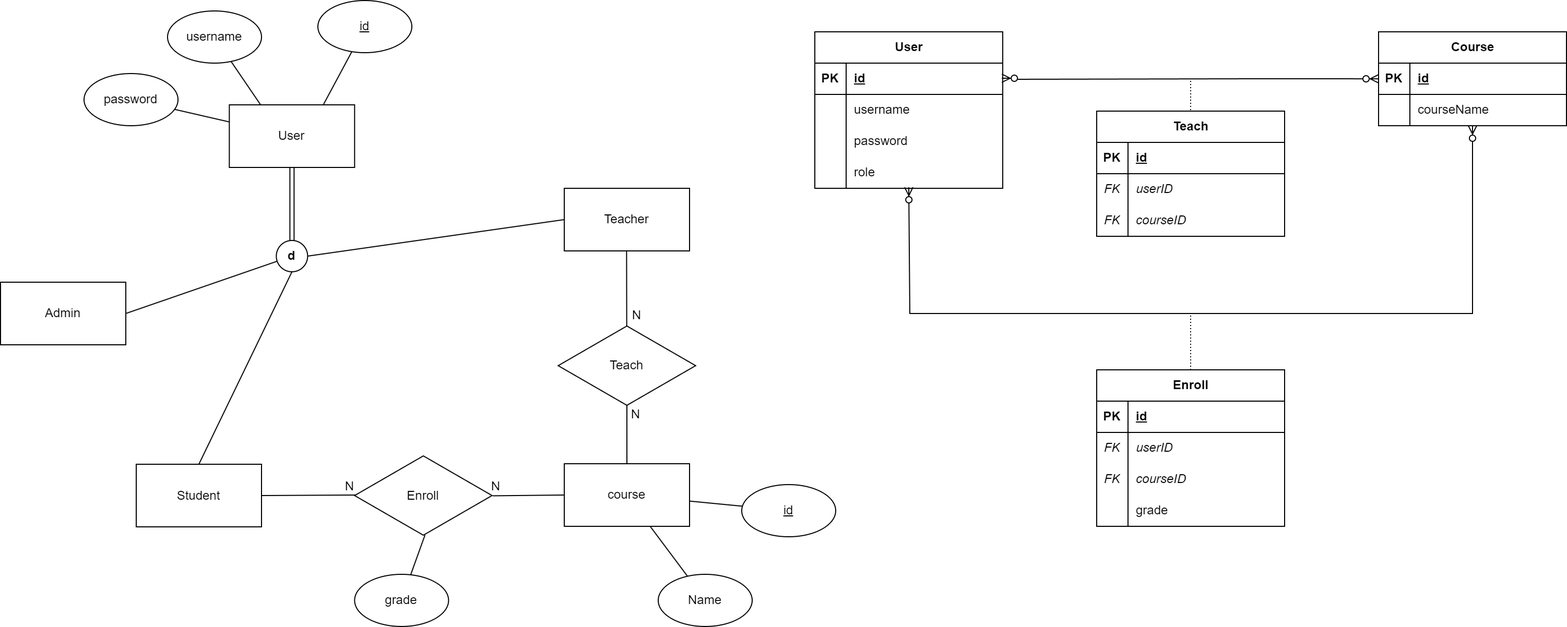
Above: images/ERdiagram.png in NonRoute/University-User-Management-System (draw.io), before the change. Source tidied: cells renumbered, new cells last; positions are measured from the earlier drawing's top-left corner, leaving out a move shared by most shapes.
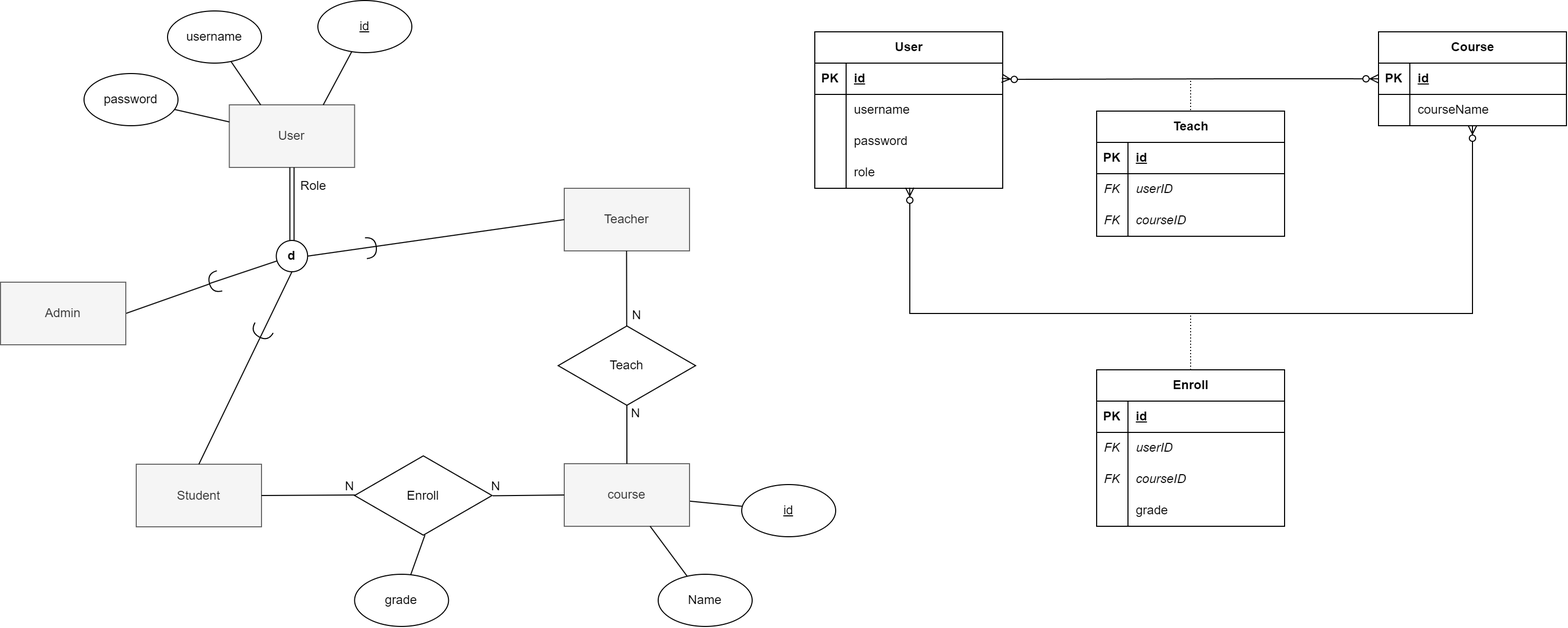
Above is the later version.

Change to the diagram source:
```diff
@@ -2,19 +2,19 @@
   <root>
     <mxCell id="0" />
     <mxCell id="1" parent="0" />
-    <mxCell id="2" value="User" style="rounded=0;whiteSpace=wrap;html=1;" parent="1" vertex="1">
+    <mxCell id="2" value="User" style="rounded=0;whiteSpace=wrap;html=1;fillColor=#f5f5f5;fontColor=#333333;strokeColor=#666666;" parent="1" vertex="1">
       <mxGeometry x="219.2" y="100" width="120" height="60" as="geometry" />
     </mxCell>
-    <mxCell id="3" value="Student" style="rounded=0;whiteSpace=wrap;html=1;" parent="1" vertex="1">
+    <mxCell id="3" value="Student" style="rounded=0;whiteSpace=wrap;html=1;fillColor=#f5f5f5;fontColor=#333333;strokeColor=#666666;" parent="1" vertex="1">
       <mxGeometry x="130" y="444.5" width="120" height="60" as="geometry" />
     </mxCell>
-    <mxCell id="4" value="Teacher" style="rounded=0;whiteSpace=wrap;html=1;" parent="1" vertex="1">
+    <mxCell id="4" value="Teacher" style="rounded=0;whiteSpace=wrap;html=1;fillColor=#f5f5f5;fontColor=#333333;strokeColor=#666666;" parent="1" vertex="1">
       <mxGeometry x="540" y="180" width="120" height="60" as="geometry" />
     </mxCell>
     <mxCell id="5" style="rounded=0;jettySize=auto;html=1;endArrow=none;endFill=0;" parent="1" edge="1" source="6" target="31">
       <mxGeometry relative="1" as="geometry" />
     </mxCell>
-    <mxCell id="6" value="course" style="rounded=0;whiteSpace=wrap;html=1;" parent="1" vertex="1">
+    <mxCell id="6" value="course" style="rounded=0;whiteSpace=wrap;html=1;fillColor=#f5f5f5;fontColor=#333333;strokeColor=#666666;" parent="1" vertex="1">
       <mxGeometry x="540" y="444" width="120" height="60" as="geometry" />
     </mxCell>
     <mxCell id="7" value="Enroll" style="html=1;whiteSpace=wrap;shape=isoRectangle;" parent="1" vertex="1">
@@ -58,7 +58,7 @@
         <mxPoint x="14" y="17" as="offset" />
       </mxGeometry>
     </mxCell>
-    <mxCell id="17" style="rounded=0;jettySize=auto;html=1;entryX=1;entryY=0.5;entryDx=0;entryDy=0;endArrow=none;endFill=0;" parent="1" edge="1" source="18" target="28">
+    <mxCell id="17" style="rounded=0;jettySize=auto;html=1;entryX=1;entryY=0.5;entryDx=0;entryDy=0;endArrow=none;endFill=0;" parent="1" edge="1" source="82" target="28">
       <mxGeometry relative="1" as="geometry" />
     </mxCell>
     <mxCell id="18" value="d" style="ellipse;whiteSpace=wrap;html=1;fontStyle=1;" parent="1" vertex="1">
@@ -91,7 +91,7 @@
     <mxCell id="27" value="password" style="ellipse;whiteSpace=wrap;html=1;" parent="1" vertex="1">
       <mxGeometry x="80" y="70" width="90" height="50" as="geometry" />
     </mxCell>
-    <mxCell id="28" value="Admin" style="rounded=0;whiteSpace=wrap;html=1;" parent="1" vertex="1">
+    <mxCell id="28" value="Admin" style="rounded=0;whiteSpace=wrap;html=1;fillColor=#f5f5f5;fontColor=#333333;strokeColor=#666666;" parent="1" vertex="1">
       <mxGeometry y="270" width="120" height="60" as="geometry" />
     </mxCell>
     <mxCell id="29" value="grade" style="ellipse;whiteSpace=wrap;html=1;" parent="1" vertex="1">
@@ -244,13 +244,12 @@
         <mxPoint x="1140" y="107" as="targetPoint" />
       </mxGeometry>
     </mxCell>
-    <mxCell id="78" style="fontSize=12;html=1;endArrow=ERzeroToMany;endFill=1;startArrow=ERzeroToMany;rounded=0;edgeStyle=orthogonalEdgeStyle;" parent="1" edge="1" source="61">
+    <mxCell id="78" style="fontSize=12;html=1;endArrow=ERzeroToMany;endFill=1;startArrow=ERzeroToMany;rounded=0;edgeStyle=orthogonalEdgeStyle;entryX=0.505;entryY=0.981;entryDx=0;entryDy=0;entryPerimeter=0;" parent="1" edge="1" source="61" target="44">
       <mxGeometry relative="1" as="geometry">
-        <mxPoint x="870" y="179" as="targetPoint" />
         <Array as="points">
           <mxPoint x="1410" y="300" />
           <mxPoint x="871" y="300" />
-          <mxPoint x="871" y="179" />
+          <mxPoint x="871" y="190" />
         </Array>
       </mxGeometry>
     </mxCell>
@@ -270,5 +269,20 @@
         </Array>
       </mxGeometry>
     </mxCell>
+    <mxCell id="81" style="rounded=0;jettySize=auto;html=1;entryX=1;entryY=0.5;entryDx=0;entryDy=0;endArrow=none;endFill=0;" parent="1" edge="1" source="18" target="82">
+      <mxGeometry relative="1" as="geometry" />
+    </mxCell>
+    <mxCell id="82" style="shape=requiredInterface;html=1;verticalLabelPosition=bottom;sketch=0;rotation=-195;" parent="1" vertex="1">
+      <mxGeometry x="200" y="260" width="10" height="20" as="geometry" />
+    </mxCell>
+    <mxCell id="83" style="shape=requiredInterface;html=1;verticalLabelPosition=bottom;sketch=0;rotation=120;" parent="1" vertex="1">
+      <mxGeometry x="245" y="308" width="10" height="20" as="geometry" />
+    </mxCell>
+    <mxCell id="84" style="shape=requiredInterface;html=1;verticalLabelPosition=bottom;sketch=0;rotation=-5;" parent="1" vertex="1">
+      <mxGeometry x="350" y="227" width="10" height="20" as="geometry" />
+    </mxCell>
+    <mxCell id="85" value="Role" style="text;html=1;align=center;verticalAlign=middle;whiteSpace=wrap;rounded=0;" parent="1" vertex="1">
+      <mxGeometry x="270" y="163" width="60" height="30" as="geometry" />
+    </mxCell>
   </root>
 </mxGraphModel>
```
